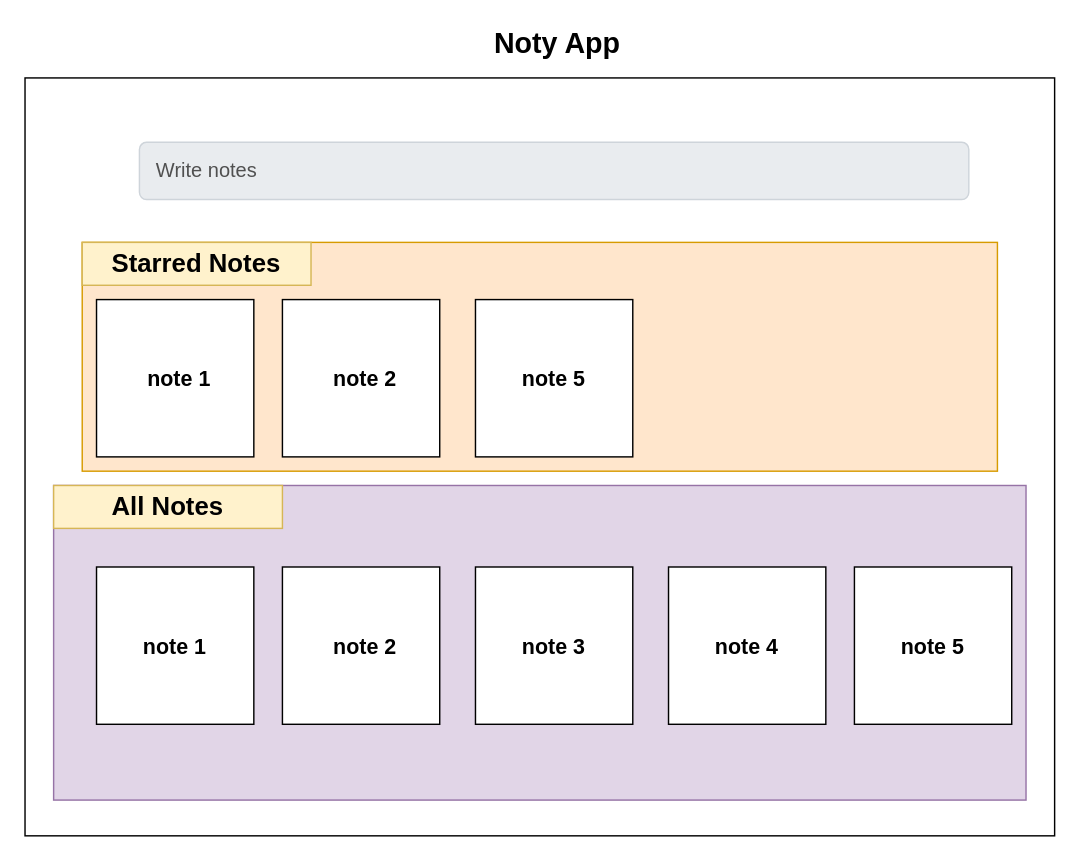
This is page "Wireframe" (1 of 8) of draw.io/wireframe.drawio from Dey-Sumit/redux-tutorials, a draw.io file, before an edit. Source tidied: cells renumbered, new cells numbered last; positions are measured from the earlier drawing's top-left corner, leaving out a move shared by most shapes. Both pictures are drawn from the tidied source at 143%, with x=0, y=0 at pixel (24, 27).
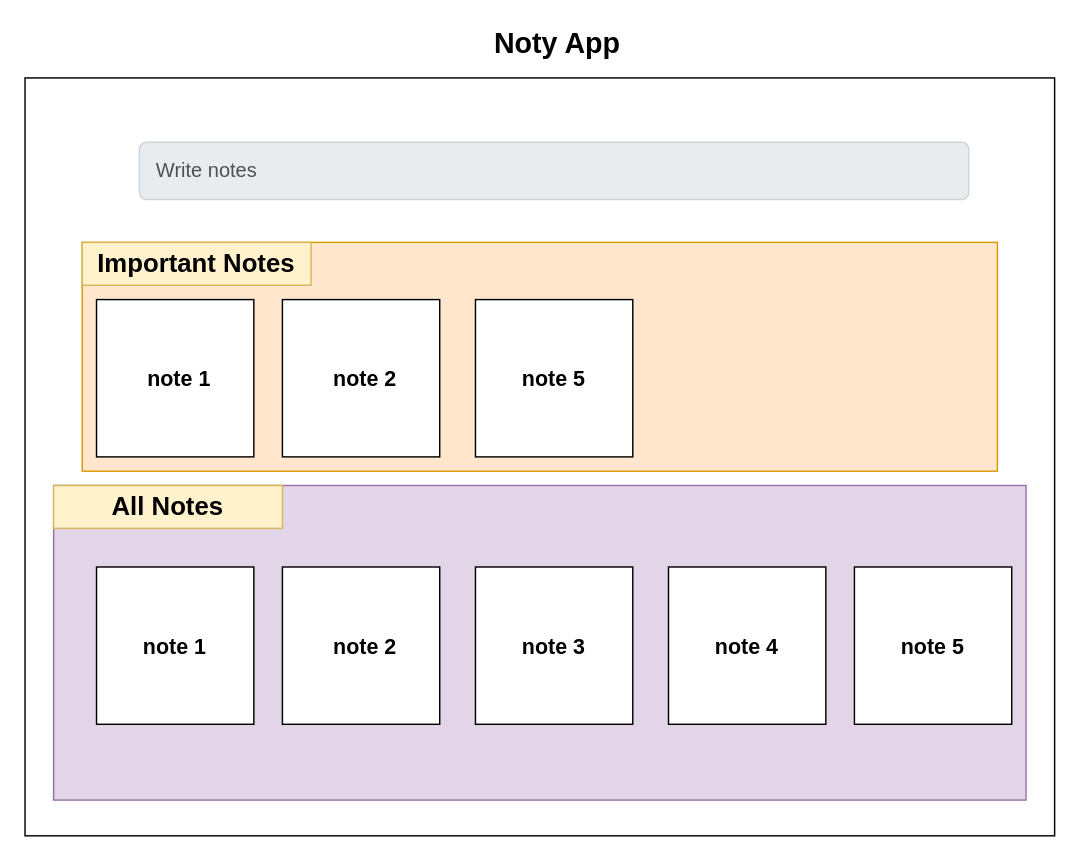
After the change.

Change to the diagram source:
```diff
@@
-    <mxCell id="9" value="&lt;span style=&quot;font-size: 18px&quot;&gt;&lt;b&gt;Starred Notes&lt;/b&gt;&lt;/span&gt;" style="text;html=1;strokeColor=#d6b656;fillColor=#fff2cc;align=center;verticalAlign=middle;whiteSpace=wrap;rounded=0;" parent="1" vertex="1">
+    <mxCell id="9" value="&lt;span style=&quot;font-size: 18px&quot;&gt;&lt;b&gt;Important Notes&lt;/b&gt;&lt;/span&gt;" style="text;html=1;strokeColor=#d6b656;fillColor=#fff2cc;align=center;verticalAlign=middle;whiteSpace=wrap;rounded=0;" parent="1" vertex="1">
       <mxGeometry x="40" y="150" width="160" height="30" as="geometry" />
     </mxCell>
```
